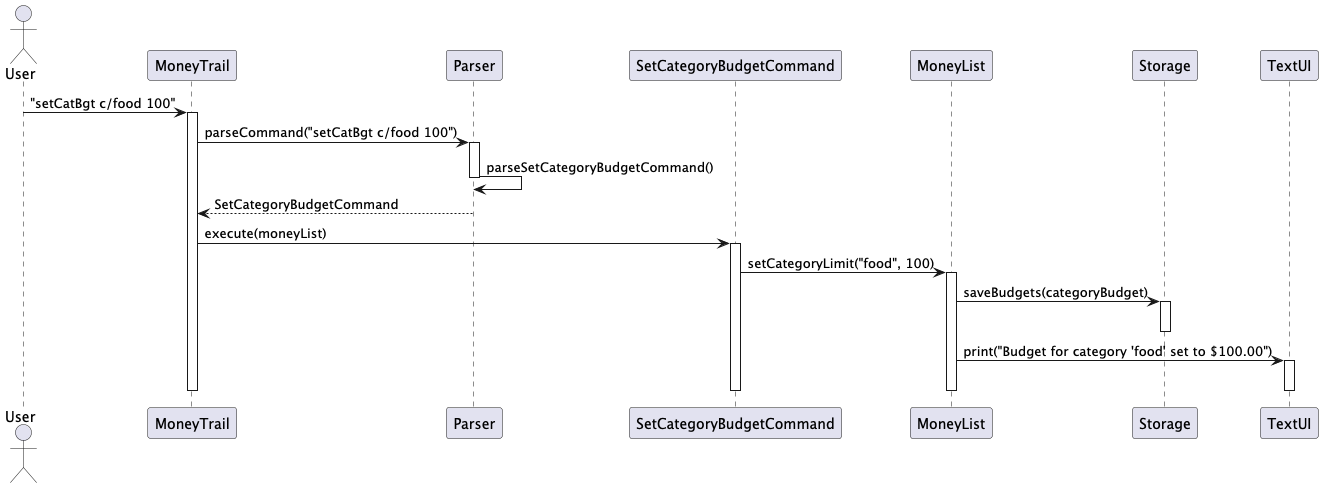
Above: docs/diagrams/Set_Category_Budget.png in EdwinTun98/tp (PlantUML), before the change.
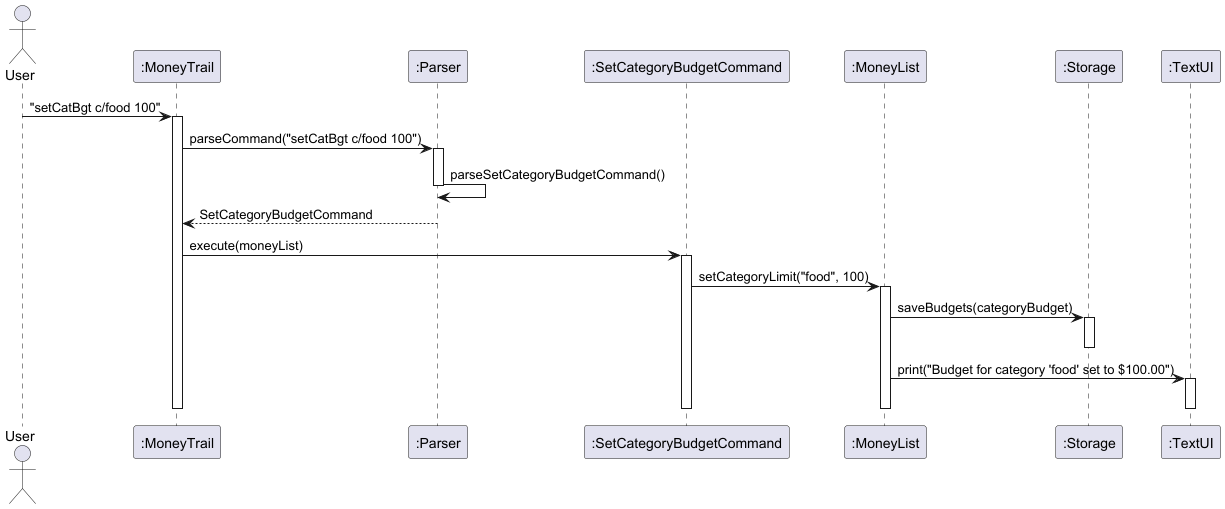
After the commit.

The edit, as a diff of the source:
```diff
@@ -1,11 +1,11 @@
 @startuml
 actor User
-participant MoneyTrail
-participant Parser
-participant SetCategoryBudgetCommand
-participant MoneyList
-participant Storage
-participant TextUI
+participant MoneyTrail as ":MoneyTrail"
+participant Parser as ":Parser"
+participant SetCategoryBudgetCommand as ":SetCategoryBudgetCommand"
+participant MoneyList as ":MoneyList"
+participant Storage as ":Storage"
+participant TextUI as ":TextUI"
 
 User -> MoneyTrail : "setCatBgt c/food 100"
 activate MoneyTrail
```
